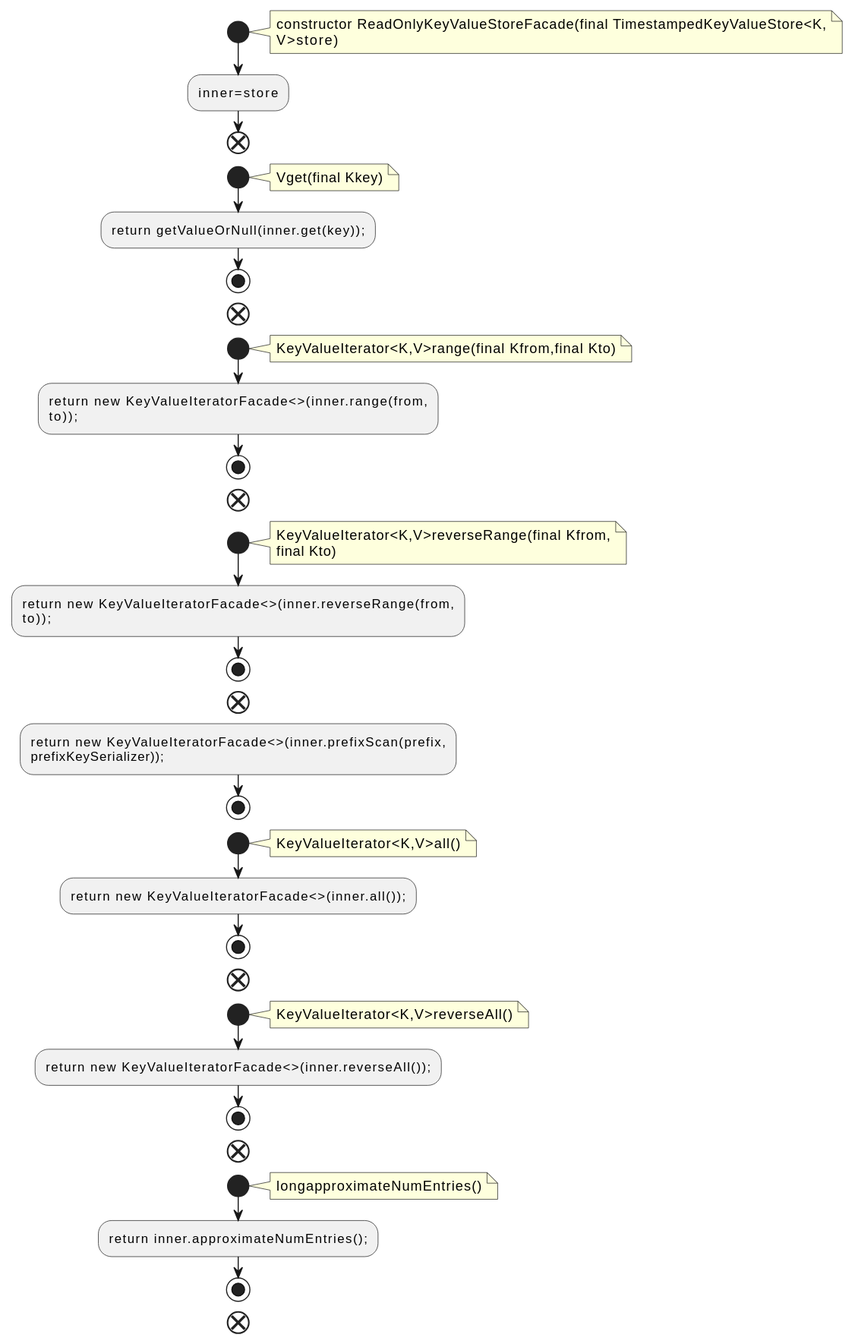
qualitesys/kafka keeps this PlantUML diagram as docs/qc/streams/src/main/java/org/apache/kafka/streams/state/internals/ReadOnlyKeyValueStoreFacade.java.fct.svg. Above is the earlier version.
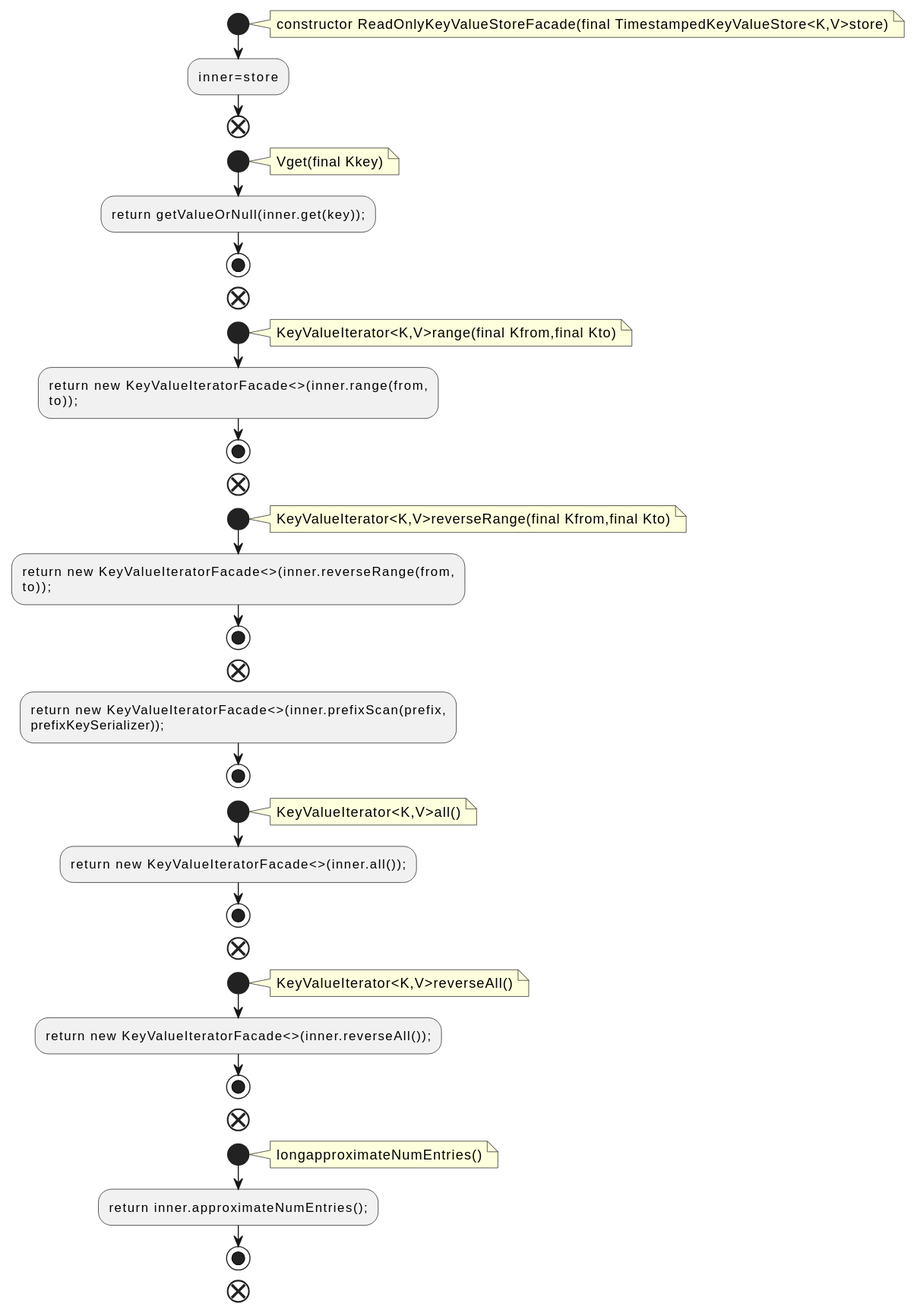
After the change.

What changed in the source:
```diff
@@ -2,8 +2,7 @@
 !pragma layout smetana
 start
 note right
-constructor ReadOnlyKeyValueStoreFacade(final TimestampedKeyValueStore<K,
-V>store)
+constructor ReadOnlyKeyValueStoreFacade(final TimestampedKeyValueStore<K,V>store)
 end note
 :inner=store;
 end
@@ -24,8 +23,7 @@
 end
 start
 note right
-KeyValueIterator<K,V>reverseRange(final Kfrom,
-final Kto)
+KeyValueIterator<K,V>reverseRange(final Kfrom,final Kto)
 end note
 :return new KeyValueIteratorFacade<>(inner.reverseRange(from,
 to));;
```
